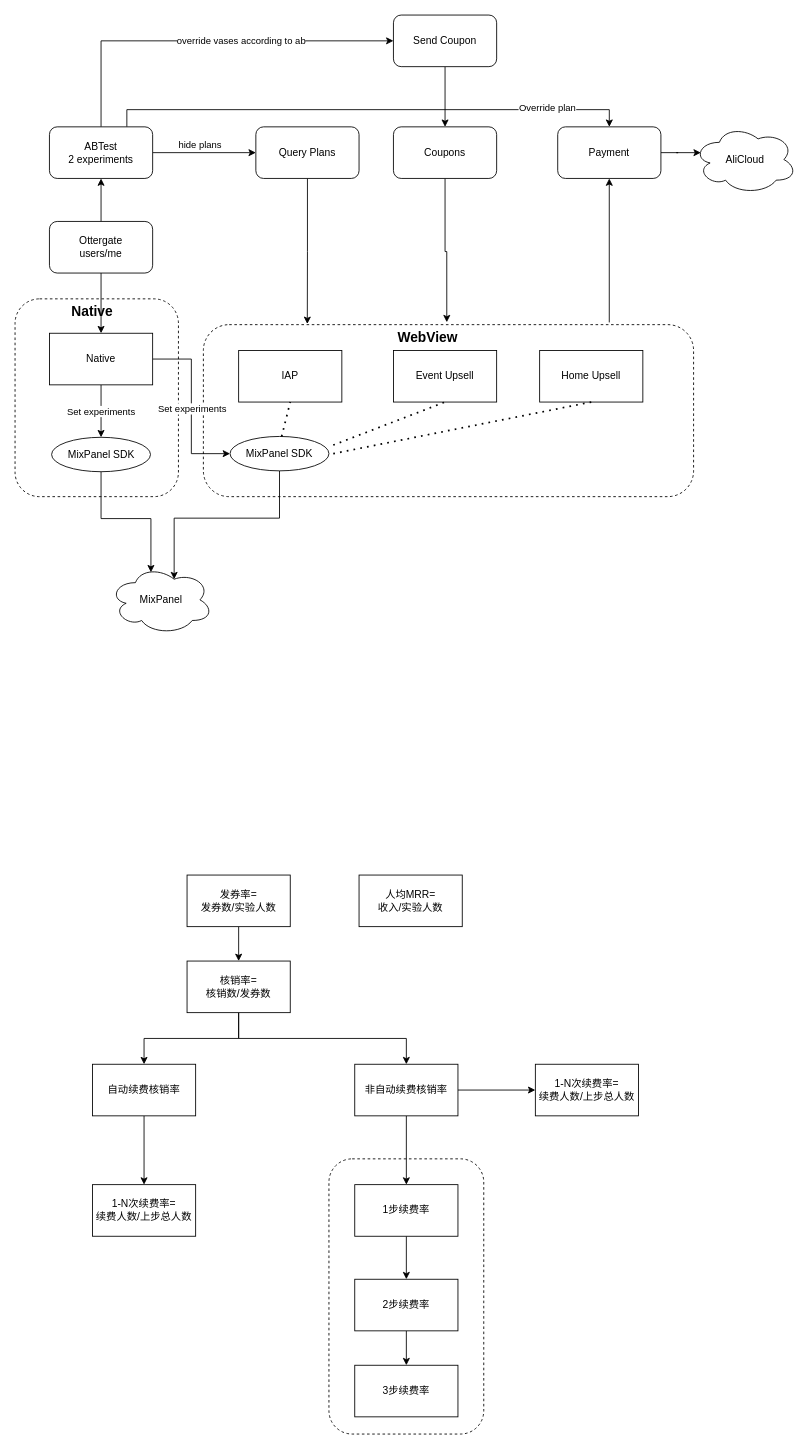
Before: Vas Bundle Price Strategy ABTest.drawio in evagle/awesome, a draw.io diagram. Source tidied: cells renumbered, new cells numbered last; positions are measured from the earlier drawing's top-left corner, leaving out a move shared by most shapes. Both pictures are drawn from the tidied source at 86%, with x=0, y=0 at pixel (15, 15).
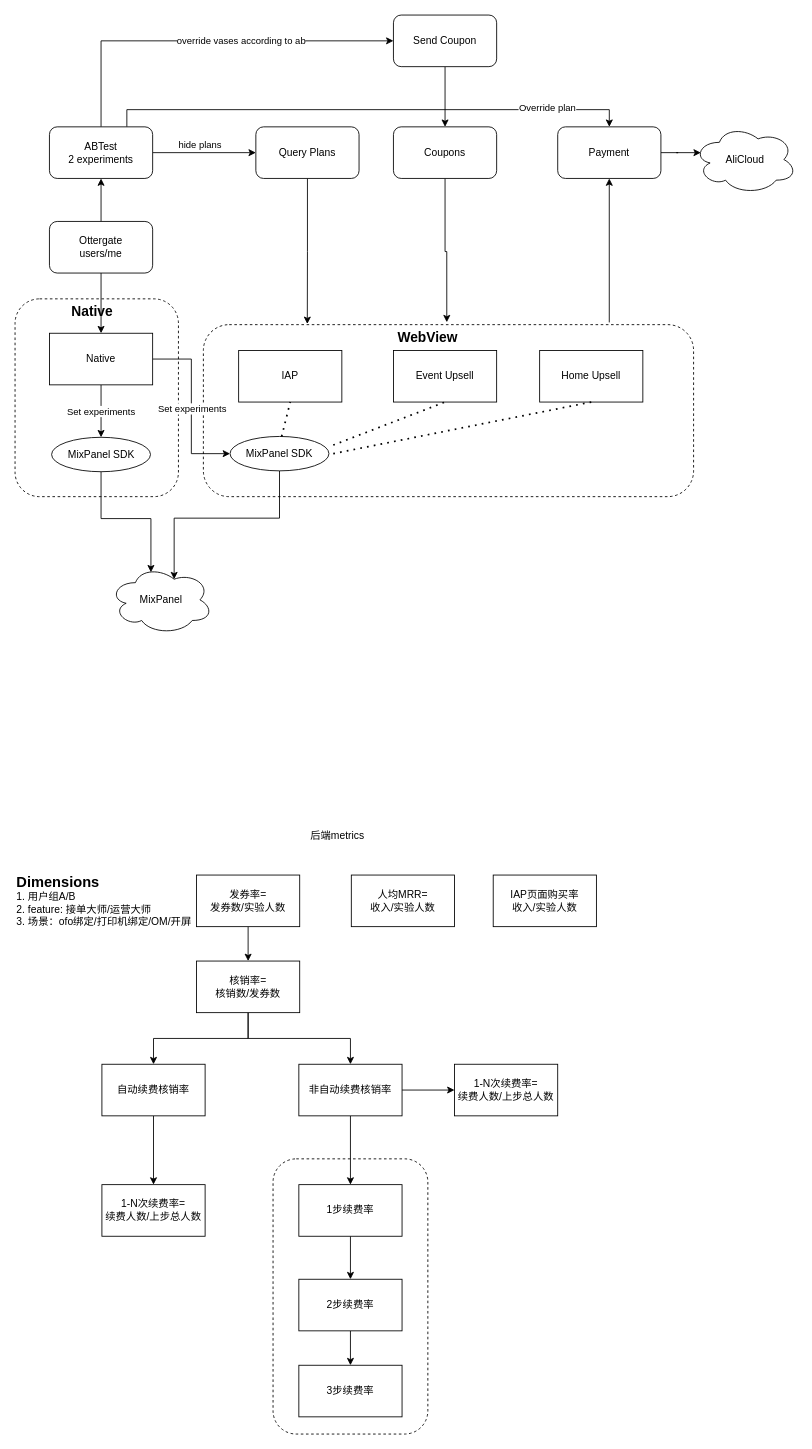
The same page after the edit.

The edit, as a diff of the source:
```diff
@@
     <mxCell id="2" style="rounded=1;whiteSpace=wrap;html=1;dashed=1;" parent="1" vertex="1">
-      <mxGeometry x="365" y="1330" width="180" height="320" as="geometry" />
+      <mxGeometry x="300" y="1330" width="180" height="320" as="geometry" />
     </mxCell>
@@
     <mxCell id="39" value="发券率=&lt;br&gt;发券数/实验人数" style="rounded=0;whiteSpace=wrap;html=1;" parent="1" vertex="1">
-      <mxGeometry x="200" y="1000" width="120" height="60" as="geometry" />
+      <mxGeometry x="211" y="1000" width="120" height="60" as="geometry" />
     </mxCell>
@@
     <mxCell id="42" value="核销率=&lt;br&gt;核销数/发券数" style="rounded=0;whiteSpace=wrap;html=1;" parent="1" vertex="1">
-      <mxGeometry x="200" y="1100" width="120" height="60" as="geometry" />
+      <mxGeometry x="211" y="1100" width="120" height="60" as="geometry" />
     </mxCell>
@@
     <mxCell id="44" value="自动续费核销率" style="rounded=0;whiteSpace=wrap;html=1;" parent="1" vertex="1">
-      <mxGeometry x="90" y="1220" width="120" height="60" as="geometry" />
+      <mxGeometry x="101" y="1220" width="120" height="60" as="geometry" />
     </mxCell>
@@
     <mxCell id="47" value="非自动续费核销率" style="rounded=0;whiteSpace=wrap;html=1;" parent="1" vertex="1">
-      <mxGeometry x="395" y="1220" width="120" height="60" as="geometry" />
+      <mxGeometry x="330" y="1220" width="120" height="60" as="geometry" />
     </mxCell>
     <mxCell id="48" value="1-N次续费率=&lt;br&gt;续费人数/上步总人数" style="whiteSpace=wrap;html=1;rounded=0;" parent="1" vertex="1">
-      <mxGeometry x="90" y="1360" width="120" height="60" as="geometry" />
+      <mxGeometry x="101" y="1360" width="120" height="60" as="geometry" />
     </mxCell>
@@
     <mxCell id="50" value="1步续费率" style="whiteSpace=wrap;html=1;rounded=0;" parent="1" vertex="1">
-      <mxGeometry x="395" y="1360" width="120" height="60" as="geometry" />
+      <mxGeometry x="330" y="1360" width="120" height="60" as="geometry" />
     </mxCell>
@@
     <mxCell id="52" value="2步续费率" style="rounded=0;whiteSpace=wrap;html=1;" parent="1" vertex="1">
-      <mxGeometry x="395" y="1470" width="120" height="60" as="geometry" />
+      <mxGeometry x="330" y="1470" width="120" height="60" as="geometry" />
     </mxCell>
     <mxCell id="53" value="3步续费率" style="whiteSpace=wrap;html=1;rounded=0;" parent="1" vertex="1">
-      <mxGeometry x="395" y="1570" width="120" height="60" as="geometry" />
+      <mxGeometry x="330" y="1570" width="120" height="60" as="geometry" />
     </mxCell>
     <mxCell id="54" value="人均MRR=&lt;br&gt;收入/实验人数" style="rounded=0;whiteSpace=wrap;html=1;" parent="1" vertex="1">
-      <mxGeometry x="400" y="1000" width="120" height="60" as="geometry" />
+      <mxGeometry x="391" y="1000" width="120" height="60" as="geometry" />
     </mxCell>
     <mxCell id="55" value="1-N次续费率=&lt;br&gt;续费人数/上步总人数" style="whiteSpace=wrap;html=1;rounded=0;" parent="1" vertex="1">
-      <mxGeometry x="605" y="1220" width="120" height="60" as="geometry" />
+      <mxGeometry x="511" y="1220" width="120" height="60" as="geometry" />
     </mxCell>
@@
+    <mxCell id="60" value="&lt;b&gt;&lt;font style=&quot;font-size: 17px;&quot;&gt;Dimensions&lt;/font&gt;&lt;/b&gt;&lt;br&gt;1. 用户组A/B&lt;br&gt;2. feature: 接单大师/运营大师&lt;br&gt;3. 场景：ofo绑定/打印机绑定/OM/开屏" style="text;html=1;strokeColor=none;fillColor=none;align=left;verticalAlign=middle;whiteSpace=wrap;rounded=0;" parent="1" vertex="1">
+      <mxGeometry y="990" width="210" height="80" as="geometry" />
+    </mxCell>
+    <mxCell id="61" value="IAP页面购买率&lt;br&gt;收入/实验人数" style="rounded=0;whiteSpace=wrap;html=1;" parent="1" vertex="1">
+      <mxGeometry x="556" y="1000" width="120" height="60" as="geometry" />
+    </mxCell>
+    <mxCell id="62" value="后端metrics" style="text;html=1;strokeColor=none;fillColor=none;align=center;verticalAlign=middle;whiteSpace=wrap;rounded=0;" parent="1" vertex="1">
+      <mxGeometry x="160" y="940" width="430" height="30" as="geometry" />
+    </mxCell>
```
